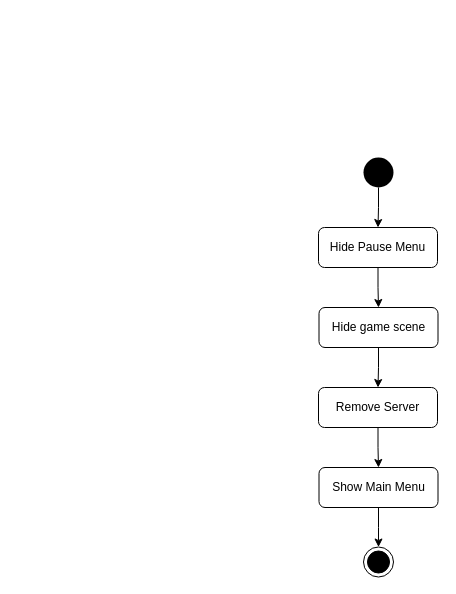
This is doc/activity_diagrams/singleplayer/abort_game.drawio from TadekBiela/heisttown, a draw.io file, before an edit. Source tidied: cells renumbered, new cells numbered last; positions are measured from the earlier drawing's top-left corner, leaving out a move shared by most shapes. Both pictures are drawn from the tidied source at 100%, with x=0, y=0 at pixel (318, 157).
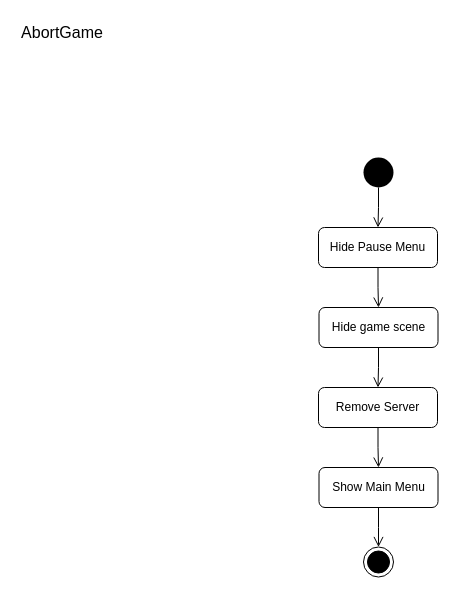
Above is the later version.

Commit message (it also covers changes not shown here):
Update abort game singleplayer activity diagram

The edit, as a diff of the source:
```diff
@@
 <mxGraphModel>
   <root>
     <mxCell id="0" />
     <mxCell id="1" parent="0" />
-    <mxCell id="2" style="edgeStyle=orthogonalEdgeStyle;rounded=0;jettySize=auto;html=1;entryX=0.5;entryY=0;entryDx=0;entryDy=0;" parent="1" edge="1" source="3" target="5">
+    <mxCell id="2" style="edgeStyle=orthogonalEdgeStyle;rounded=0;jettySize=auto;html=1;entryX=0.5;entryY=0;entryDx=0;entryDy=0;endSize=8;endArrow=open;endFill=0;" parent="1" edge="1" source="3" target="5">
       <mxGeometry relative="1" as="geometry" />
     </mxCell>
     <mxCell id="3" style="ellipse;fillColor=#000000;strokeColor=none;" parent="1" vertex="1">
       <mxGeometry x="45" width="30" height="30" as="geometry" />
     </mxCell>
-    <mxCell id="4" style="edgeStyle=orthogonalEdgeStyle;rounded=0;jettySize=auto;html=1;" parent="1" edge="1" source="5" target="9">
+    <mxCell id="4" style="edgeStyle=orthogonalEdgeStyle;rounded=0;jettySize=auto;html=1;endSize=8;endArrow=open;endFill=0;" parent="1" edge="1" source="5" target="9">
       <mxGeometry relative="1" as="geometry" />
     </mxCell>
     <mxCell id="5" value="Hide Pause Menu" style="rounded=1;whiteSpace=wrap;html=1;" parent="1" vertex="1">
       <mxGeometry y="70" width="119" height="40" as="geometry" />
     </mxCell>
-    <mxCell id="6" style="edgeStyle=orthogonalEdgeStyle;rounded=0;jettySize=auto;html=1;" parent="1" edge="1" source="7" target="12">
+    <mxCell id="6" style="edgeStyle=orthogonalEdgeStyle;rounded=0;jettySize=auto;html=1;endSize=8;endArrow=open;endFill=0;" parent="1" edge="1" source="7" target="12">
       <mxGeometry relative="1" as="geometry" />
     </mxCell>
     <mxCell id="7" value="Remove Server" style="rounded=1;whiteSpace=wrap;html=1;" parent="1" vertex="1">
       <mxGeometry y="230" width="119" height="40" as="geometry" />
     </mxCell>
-    <mxCell id="8" style="edgeStyle=orthogonalEdgeStyle;rounded=0;jettySize=auto;html=1;" parent="1" edge="1" source="9" target="7">
+    <mxCell id="8" style="edgeStyle=orthogonalEdgeStyle;rounded=0;jettySize=auto;html=1;endSize=8;endArrow=open;endFill=0;" parent="1" edge="1" source="9" target="7">
       <mxGeometry relative="1" as="geometry" />
     </mxCell>
     <mxCell id="9" value="Hide game scene" style="rounded=1;whiteSpace=wrap;html=1;" parent="1" vertex="1">
       <mxGeometry x="0.5" y="150" width="119" height="40" as="geometry" />
     </mxCell>
     <mxCell id="10" style="ellipse;html=1;shape=endState;fillColor=#000000;strokeColor=#000000;" parent="1" vertex="1">
       <mxGeometry x="45" y="389.5" width="30" height="30" as="geometry" />
     </mxCell>
-    <mxCell id="11" style="edgeStyle=orthogonalEdgeStyle;rounded=0;jettySize=auto;html=1;" parent="1" edge="1" source="12" target="10">
+    <mxCell id="11" style="edgeStyle=orthogonalEdgeStyle;rounded=0;jettySize=auto;html=1;endSize=8;endArrow=open;endFill=0;" parent="1" edge="1" source="12" target="10">
       <mxGeometry relative="1" as="geometry" />
     </mxCell>
     <mxCell id="12" value="Show Main Menu" style="rounded=1;whiteSpace=wrap;html=1;" parent="1" vertex="1">
       <mxGeometry x="0.5" y="310" width="119" height="40" as="geometry" />
     </mxCell>
+    <mxCell id="13" value="AbortGame" style="text;html=1;strokeColor=none;fillColor=none;align=center;verticalAlign=middle;whiteSpace=wrap;rounded=0;fontSize=16;" parent="1" vertex="1">
+      <mxGeometry x="-301" y="-140" width="90" height="30" as="geometry" />
+    </mxCell>
   </root>
 </mxGraphModel>
```
